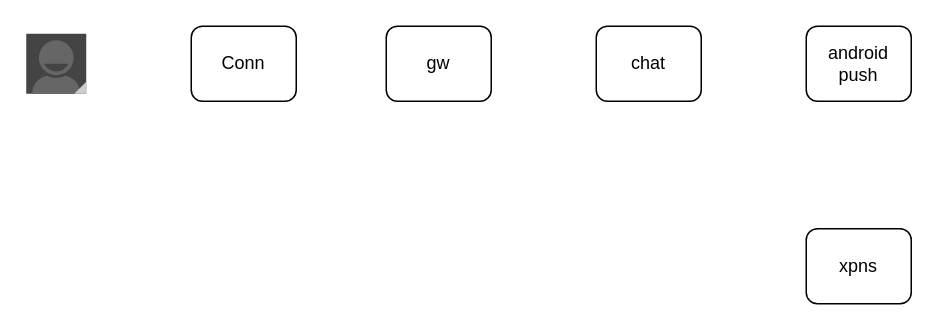
The draw.io diagram Untitled Diagram.drawio in hupantingxue/batchmail, before the edit. Source tidied: cells renumbered, new cells numbered last; positions are measured from the earlier drawing's top-left corner, leaving out a move shared by most shapes. Both pictures are drawn from the tidied source at 150%, with x=0, y=0 at pixel (26, 26).
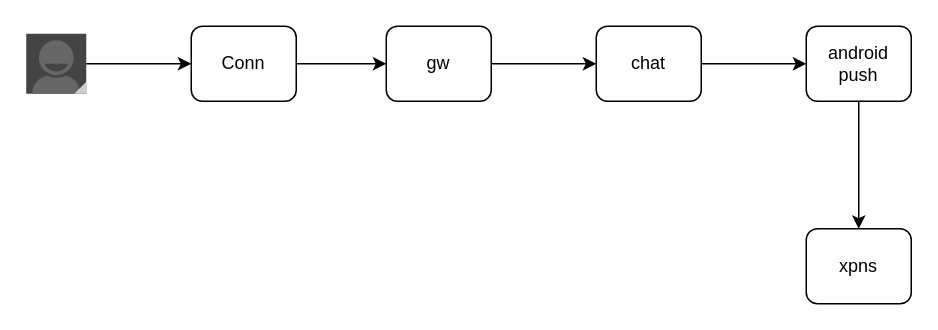
The same diagram, later.

The edit, as a diff of the source:
```diff
@@
 <mxGraphModel>
   <root>
     <mxCell id="0" />
     <mxCell id="1" parent="0" />
+    <mxCell id="8" style="edgeStyle=orthogonalEdgeStyle;rounded=0;jettySize=auto;html=1;" parent="1" edge="1" source="2" target="3">
+      <mxGeometry relative="1" as="geometry" />
+    </mxCell>
     <mxCell id="2" style="verticalLabelPosition=bottom;verticalAlign=top;html=1;shadow=0;dashed=0;strokeWidth=1;shape=mxgraph.android.contact_badge_normal;" parent="1" vertex="1">
       <mxGeometry y="5" width="40" height="40" as="geometry" />
     </mxCell>
+    <mxCell id="9" style="edgeStyle=orthogonalEdgeStyle;rounded=0;jettySize=auto;html=1;" parent="1" edge="1" source="3" target="4">
+      <mxGeometry relative="1" as="geometry" />
+    </mxCell>
     <mxCell id="3" value="Conn" style="rounded=1;whiteSpace=wrap;html=1;" parent="1" vertex="1">
       <mxGeometry x="110" width="70" height="50" as="geometry" />
     </mxCell>
+    <mxCell id="10" style="edgeStyle=orthogonalEdgeStyle;rounded=0;jettySize=auto;html=1;" parent="1" edge="1" source="4" target="5">
+      <mxGeometry relative="1" as="geometry" />
+    </mxCell>
     <mxCell id="4" value="gw" style="rounded=1;whiteSpace=wrap;html=1;" parent="1" vertex="1">
       <mxGeometry x="240" width="70" height="50" as="geometry" />
     </mxCell>
+    <mxCell id="11" style="edgeStyle=orthogonalEdgeStyle;rounded=0;jettySize=auto;html=1;" parent="1" edge="1" source="5" target="6">
+      <mxGeometry relative="1" as="geometry" />
+    </mxCell>
     <mxCell id="5" value="chat" style="rounded=1;whiteSpace=wrap;html=1;" parent="1" vertex="1">
       <mxGeometry x="380" width="70" height="50" as="geometry" />
     </mxCell>
+    <mxCell id="12" style="edgeStyle=orthogonalEdgeStyle;rounded=0;jettySize=auto;html=1;" parent="1" edge="1" source="6" target="7">
+      <mxGeometry relative="1" as="geometry" />
+    </mxCell>
     <mxCell id="6" value="android&lt;br&gt;push" style="rounded=1;whiteSpace=wrap;html=1;" parent="1" vertex="1">
       <mxGeometry x="520" width="70" height="50" as="geometry" />
     </mxCell>
     <mxCell id="7" value="xpns" style="rounded=1;whiteSpace=wrap;html=1;" parent="1" vertex="1">
       <mxGeometry x="520" y="135" width="70" height="50" as="geometry" />
     </mxCell>
   </root>
 </mxGraphModel>
```
